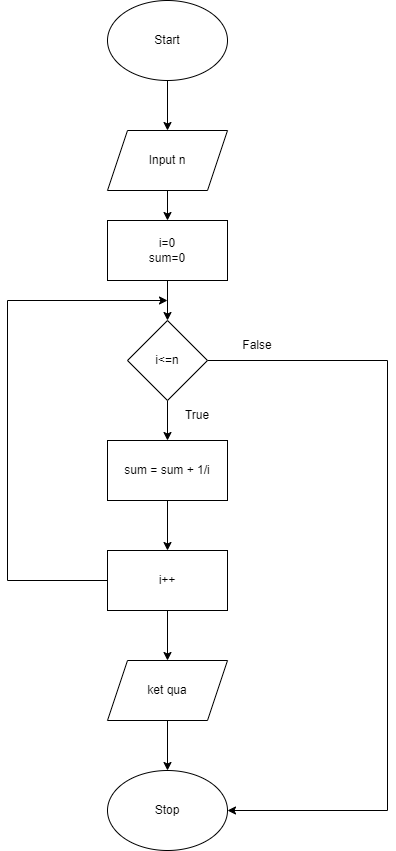
The draw.io diagram Assignment2/flowchart/bai7.png in NXTuan97/T2204-LBEP, before a commit. Source tidied: cells renumbered, new cells last; positions are measured from the earlier drawing's top-left corner, leaving out a move shared by most shapes. Source of this version:
```xml
<mxGraphModel>
  <root>
    <mxCell id="0" />
    <mxCell id="1" parent="0" />
    <mxCell id="2" style="edgeStyle=orthogonalEdgeStyle;rounded=0;jettySize=auto;html=1;" parent="1" edge="1" source="3">
      <mxGeometry relative="1" as="geometry">
        <mxPoint x="160" y="130" as="targetPoint" />
      </mxGeometry>
    </mxCell>
    <mxCell id="3" value="Start" style="ellipse;whiteSpace=wrap;html=1;" parent="1" vertex="1">
      <mxGeometry x="100" width="120" height="80" as="geometry" />
    </mxCell>
    <mxCell id="4" style="edgeStyle=orthogonalEdgeStyle;rounded=0;jettySize=auto;html=1;" parent="1" edge="1" source="5" target="7">
      <mxGeometry relative="1" as="geometry" />
    </mxCell>
    <mxCell id="5" value="Input n" style="shape=parallelogram;perimeter=parallelogramPerimeter;whiteSpace=wrap;html=1;fixedSize=1;" parent="1" vertex="1">
      <mxGeometry x="100" y="130" width="120" height="60" as="geometry" />
    </mxCell>
    <mxCell id="6" style="edgeStyle=orthogonalEdgeStyle;rounded=0;jettySize=auto;html=1;" parent="1" edge="1" source="7">
      <mxGeometry relative="1" as="geometry">
        <mxPoint x="160" y="320" as="targetPoint" />
      </mxGeometry>
    </mxCell>
    <mxCell id="7" value="i=0&lt;br&gt;sum=0" style="rounded=0;whiteSpace=wrap;html=1;" parent="1" vertex="1">
      <mxGeometry x="100" y="220" width="120" height="60" as="geometry" />
    </mxCell>
    <mxCell id="8" style="edgeStyle=orthogonalEdgeStyle;rounded=0;jettySize=auto;html=1;" parent="1" edge="1" source="10">
      <mxGeometry relative="1" as="geometry">
        <mxPoint x="160" y="440" as="targetPoint" />
      </mxGeometry>
    </mxCell>
    <mxCell id="9" style="edgeStyle=orthogonalEdgeStyle;rounded=0;jettySize=auto;html=1;entryX=1;entryY=0.5;entryDx=0;entryDy=0;" parent="1" edge="1" source="10" target="18">
      <mxGeometry relative="1" as="geometry">
        <Array as="points">
          <mxPoint x="380" y="360" />
          <mxPoint x="380" y="810" />
        </Array>
      </mxGeometry>
    </mxCell>
    <mxCell id="10" value="i&amp;lt;=n" style="rhombus;whiteSpace=wrap;html=1;" parent="1" vertex="1">
      <mxGeometry x="120" y="320" width="80" height="80" as="geometry" />
    </mxCell>
    <mxCell id="11" style="edgeStyle=orthogonalEdgeStyle;rounded=0;jettySize=auto;html=1;" parent="1" edge="1" source="12">
      <mxGeometry relative="1" as="geometry">
        <mxPoint x="160" y="550" as="targetPoint" />
      </mxGeometry>
    </mxCell>
    <mxCell id="12" value="sum = sum + 1/i" style="rounded=0;whiteSpace=wrap;html=1;" parent="1" vertex="1">
      <mxGeometry x="100" y="440" width="120" height="60" as="geometry" />
    </mxCell>
    <mxCell id="13" style="edgeStyle=orthogonalEdgeStyle;rounded=0;jettySize=auto;html=1;" parent="1" edge="1" source="15">
      <mxGeometry relative="1" as="geometry">
        <mxPoint x="160" y="660" as="targetPoint" />
      </mxGeometry>
    </mxCell>
    <mxCell id="14" style="edgeStyle=orthogonalEdgeStyle;rounded=0;jettySize=auto;html=1;" parent="1" edge="1" source="15">
      <mxGeometry relative="1" as="geometry">
        <mxPoint x="160" y="300" as="targetPoint" />
        <Array as="points">
          <mxPoint y="580" />
          <mxPoint y="300" />
        </Array>
      </mxGeometry>
    </mxCell>
    <mxCell id="15" value="i++" style="rounded=0;whiteSpace=wrap;html=1;" parent="1" vertex="1">
      <mxGeometry x="100" y="550" width="120" height="60" as="geometry" />
    </mxCell>
    <mxCell id="16" style="edgeStyle=orthogonalEdgeStyle;rounded=0;jettySize=auto;html=1;" parent="1" edge="1" source="17">
      <mxGeometry relative="1" as="geometry">
        <mxPoint x="160" y="770" as="targetPoint" />
      </mxGeometry>
    </mxCell>
    <mxCell id="17" value="ket qua" style="shape=parallelogram;perimeter=parallelogramPerimeter;whiteSpace=wrap;html=1;fixedSize=1;" parent="1" vertex="1">
      <mxGeometry x="100" y="660" width="120" height="60" as="geometry" />
    </mxCell>
    <mxCell id="18" value="Stop" style="ellipse;whiteSpace=wrap;html=1;" parent="1" vertex="1">
      <mxGeometry x="100" y="770" width="120" height="80" as="geometry" />
    </mxCell>
    <mxCell id="19" value="False" style="text;html=1;strokeColor=none;fillColor=none;align=center;verticalAlign=middle;whiteSpace=wrap;rounded=0;" parent="1" vertex="1">
      <mxGeometry x="220" y="330" width="60" height="30" as="geometry" />
    </mxCell>
    <mxCell id="20" value="True" style="text;html=1;strokeColor=none;fillColor=none;align=center;verticalAlign=middle;whiteSpace=wrap;rounded=0;" parent="1" vertex="1">
      <mxGeometry x="160" y="400" width="60" height="30" as="geometry" />
    </mxCell>
  </root>
</mxGraphModel>
```
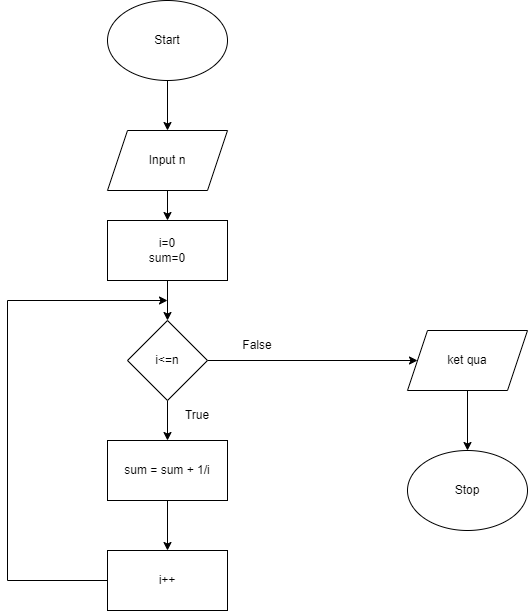
After the change.

Diff of the diagram source:
```diff
@@ -29,14 +29,11 @@
         <mxPoint x="160" y="440" as="targetPoint" />
       </mxGeometry>
     </mxCell>
-    <mxCell id="9" style="edgeStyle=orthogonalEdgeStyle;rounded=0;jettySize=auto;html=1;entryX=1;entryY=0.5;entryDx=0;entryDy=0;" parent="1" edge="1" source="10" target="18">
-      <mxGeometry relative="1" as="geometry">
-        <Array as="points">
-          <mxPoint x="380" y="360" />
-          <mxPoint x="380" y="810" />
-        </Array>
-      </mxGeometry>
-    </mxCell>
+    <mxCell id="21" style="edgeStyle=orthogonalEdgeStyle;rounded=0;jettySize=auto;html=1;" parent="1" edge="1" source="10">
+      <mxGeometry relative="1" as="geometry">
+        <mxPoint x="410" y="360" as="targetPoint" />
+      </mxGeometry>
+    </mxCell>
     <mxCell id="10" value="i&amp;lt;=n" style="rhombus;whiteSpace=wrap;html=1;" parent="1" vertex="1">
       <mxGeometry x="120" y="320" width="80" height="80" as="geometry" />
     </mxCell>
@@ -48,11 +45,6 @@
     <mxCell id="12" value="sum = sum + 1/i" style="rounded=0;whiteSpace=wrap;html=1;" parent="1" vertex="1">
       <mxGeometry x="100" y="440" width="120" height="60" as="geometry" />
     </mxCell>
-    <mxCell id="13" style="edgeStyle=orthogonalEdgeStyle;rounded=0;jettySize=auto;html=1;" parent="1" edge="1" source="15">
-      <mxGeometry relative="1" as="geometry">
-        <mxPoint x="160" y="660" as="targetPoint" />
-      </mxGeometry>
-    </mxCell>
     <mxCell id="14" style="edgeStyle=orthogonalEdgeStyle;rounded=0;jettySize=auto;html=1;" parent="1" edge="1" source="15">
       <mxGeometry relative="1" as="geometry">
         <mxPoint x="160" y="300" as="targetPoint" />
@@ -67,14 +59,14 @@
     </mxCell>
     <mxCell id="16" style="edgeStyle=orthogonalEdgeStyle;rounded=0;jettySize=auto;html=1;" parent="1" edge="1" source="17">
       <mxGeometry relative="1" as="geometry">
-        <mxPoint x="160" y="770" as="targetPoint" />
+        <mxPoint x="460" y="450" as="targetPoint" />
       </mxGeometry>
     </mxCell>
     <mxCell id="17" value="ket qua" style="shape=parallelogram;perimeter=parallelogramPerimeter;whiteSpace=wrap;html=1;fixedSize=1;" parent="1" vertex="1">
-      <mxGeometry x="100" y="660" width="120" height="60" as="geometry" />
+      <mxGeometry x="400" y="330" width="120" height="60" as="geometry" />
     </mxCell>
     <mxCell id="18" value="Stop" style="ellipse;whiteSpace=wrap;html=1;" parent="1" vertex="1">
-      <mxGeometry x="100" y="770" width="120" height="80" as="geometry" />
+      <mxGeometry x="400" y="450" width="120" height="80" as="geometry" />
     </mxCell>
     <mxCell id="19" value="False" style="text;html=1;strokeColor=none;fillColor=none;align=center;verticalAlign=middle;whiteSpace=wrap;rounded=0;" parent="1" vertex="1">
       <mxGeometry x="220" y="330" width="60" height="30" as="geometry" />
```
